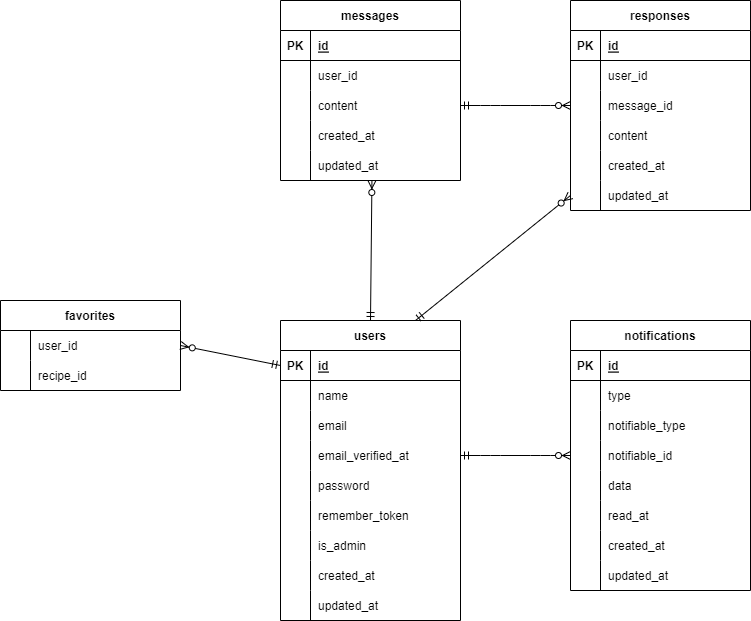
The draw.io diagram recipe_app/er.drawio.png in reth4e/recipeapp, before a commit. Source tidied: cells renumbered, new cells last; positions are measured from the earlier drawing's top-left corner, leaving out a move shared by most shapes.
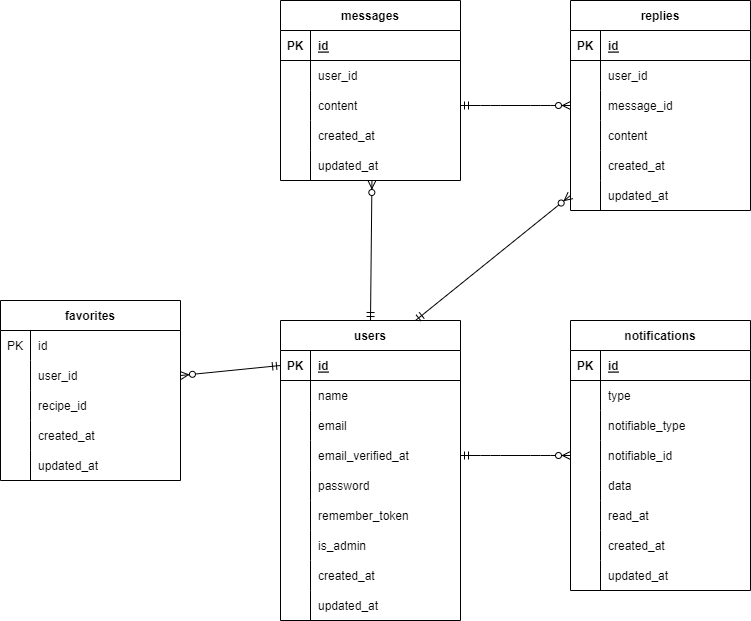
Above is the later version.

The edit, as a diff of the source:
```diff
@@ -51,10 +51,19 @@
       <mxGeometry x="30" width="150" height="30" as="geometry" />
     </mxCell>
     <mxCell id="18" value="favorites" style="shape=table;startSize=30;rowLines=0;fontStyle=1;align=center;" parent="1" vertex="1">
-      <mxGeometry y="300" width="180" height="90" as="geometry" />
+      <mxGeometry y="300" width="180" height="180" as="geometry" />
     </mxCell>
+    <mxCell id="102" style="shape=tableRow;horizontal=0;startSize=0;swimlaneHead=0;swimlaneBody=0;fillColor=none;top=0;left=0;right=0;bottom=0;" parent="18" vertex="1">
+      <mxGeometry y="30" width="180" height="30" as="geometry" />
+    </mxCell>
+    <mxCell id="103" value="PK" style="shape=partialRectangle;fillColor=none;top=0;left=0;bottom=0;right=0;overflow=hidden;" parent="102" vertex="1">
+      <mxGeometry width="30" height="30" as="geometry" />
+    </mxCell>
+    <mxCell id="104" value="id" style="shape=partialRectangle;fillColor=none;top=0;left=0;bottom=0;right=0;align=left;spacingLeft=6;overflow=hidden;" parent="102" vertex="1">
+      <mxGeometry x="30" width="150" height="30" as="geometry" />
+    </mxCell>
     <mxCell id="19" style="shape=tableRow;horizontal=0;startSize=0;swimlaneHead=0;swimlaneBody=0;fillColor=none;points=[[0,0.5],[1,0.5]];portConstraint=eastwest;top=0;left=0;right=0;bottom=0;" parent="18" vertex="1">
-      <mxGeometry y="30" width="180" height="30" as="geometry" />
+      <mxGeometry y="60" width="180" height="30" as="geometry" />
     </mxCell>
     <mxCell id="20" style="shape=partialRectangle;fillColor=none;top=0;left=0;bottom=0;right=0;overflow=hidden;" parent="19" vertex="1">
       <mxGeometry width="30" height="30" as="geometry" />
@@ -63,7 +72,7 @@
       <mxGeometry x="30" width="150" height="30" as="geometry" />
     </mxCell>
     <mxCell id="22" style="shape=tableRow;horizontal=0;startSize=0;swimlaneHead=0;swimlaneBody=0;fillColor=none;top=0;left=0;right=0;bottom=0;" parent="18" vertex="1">
-      <mxGeometry y="60" width="180" height="30" as="geometry" />
+      <mxGeometry y="90" width="180" height="30" as="geometry" />
     </mxCell>
     <mxCell id="23" style="shape=partialRectangle;fillColor=none;top=0;left=0;bottom=0;right=0;overflow=hidden;" parent="22" vertex="1">
       <mxGeometry width="30" height="30" as="geometry" />
@@ -71,7 +80,25 @@
     <mxCell id="24" value="recipe_id" style="shape=partialRectangle;fillColor=none;top=0;left=0;bottom=0;right=0;align=left;spacingLeft=6;overflow=hidden;" parent="22" vertex="1">
       <mxGeometry x="30" width="150" height="30" as="geometry" />
     </mxCell>
+    <mxCell id="105" style="shape=tableRow;horizontal=0;startSize=0;swimlaneHead=0;swimlaneBody=0;fillColor=none;top=0;left=0;right=0;bottom=0;" parent="18" vertex="1">
+      <mxGeometry y="120" width="180" height="30" as="geometry" />
+    </mxCell>
+    <mxCell id="106" style="shape=partialRectangle;fillColor=none;top=0;left=0;bottom=0;right=0;overflow=hidden;" parent="105" vertex="1">
+      <mxGeometry width="30" height="30" as="geometry" />
+    </mxCell>
+    <mxCell id="107" value="created_at" style="shape=partialRectangle;fillColor=none;top=0;left=0;bottom=0;right=0;align=left;spacingLeft=6;overflow=hidden;" parent="105" vertex="1">
+      <mxGeometry x="30" width="150" height="30" as="geometry" />
+    </mxCell>
+    <mxCell id="108" style="shape=tableRow;horizontal=0;startSize=0;swimlaneHead=0;swimlaneBody=0;fillColor=none;top=0;left=0;right=0;bottom=0;" parent="18" vertex="1">
+      <mxGeometry y="150" width="180" height="30" as="geometry" />
+    </mxCell>
+    <mxCell id="109" style="shape=partialRectangle;fillColor=none;top=0;left=0;bottom=0;right=0;overflow=hidden;" parent="108" vertex="1">
+      <mxGeometry width="30" height="30" as="geometry" />
+    </mxCell>
+    <mxCell id="110" value="updated_at" style="shape=partialRectangle;fillColor=none;top=0;left=0;bottom=0;right=0;align=left;spacingLeft=6;overflow=hidden;" parent="108" vertex="1">
+      <mxGeometry x="30" width="150" height="30" as="geometry" />
+    </mxCell>
-    <mxCell id="25" value="responses" style="shape=table;startSize=30;rowLines=0;fontStyle=1;align=center;" parent="1" vertex="1">
+    <mxCell id="25" value="replies" style="shape=table;startSize=30;rowLines=0;fontStyle=1;align=center;" parent="1" vertex="1">
       <mxGeometry x="570" width="180" height="210" as="geometry" />
     </mxCell>
     <mxCell id="26" style="shape=tableRow;horizontal=0;startSize=0;swimlaneHead=0;swimlaneBody=0;fillColor=none;top=0;left=0;right=0;bottom=1;" parent="25" vertex="1">
```
